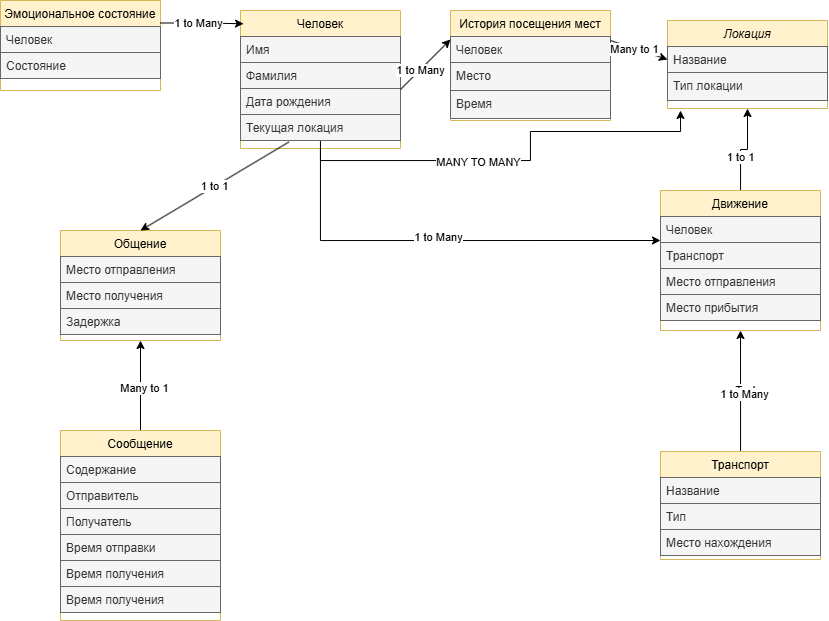
wwwyssa/wwwyssa_in_itmo keeps this draw.io diagram as db/laba1/INFOLOGICAl.png. Above is the earlier version. Source tidied: cells renumbered, new cells last; positions are measured from the earlier drawing's top-left corner, leaving out a move shared by most shapes.
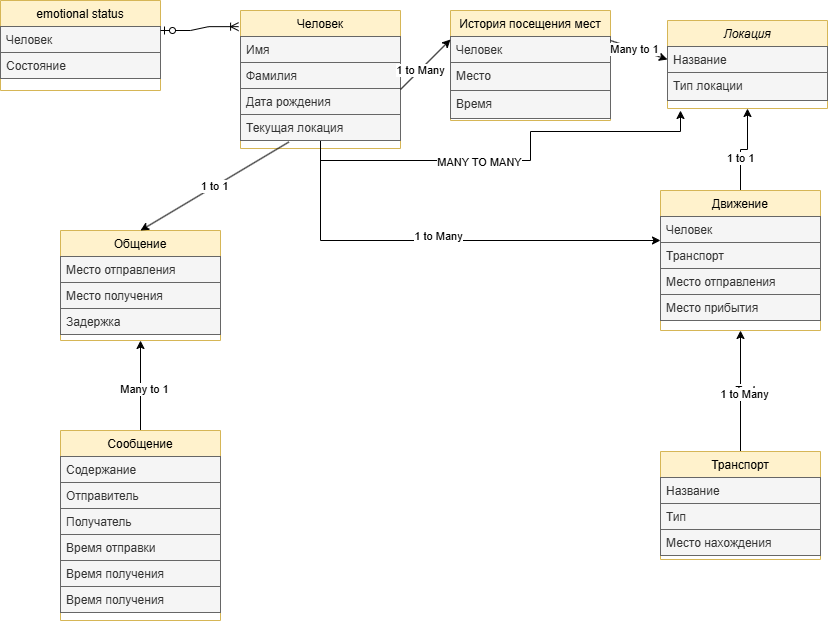
Above is the later version.

Change to the diagram source:
```diff
@@ -123,7 +123,7 @@
     <mxCell id="38" value="Место прибытия" style="text;align=left;verticalAlign=top;spacingLeft=4;spacingRight=4;overflow=hidden;fillColor=#f5f5f5;fontColor=#333333;strokeColor=#666666;" parent="34" vertex="1">
       <mxGeometry y="104" width="160" height="26" as="geometry" />
     </mxCell>
-    <mxCell id="39" value="Эмоциональное состояние" style="swimlane;fontStyle=0;align=center;verticalAlign=top;horizontal=1;startSize=26;rounded=0;shadow=0;strokeWidth=1;fillColor=#fff2cc;strokeColor=#d6b656;" parent="1" vertex="1">
+    <mxCell id="39" value="emotional status" style="swimlane;fontStyle=0;align=center;verticalAlign=top;horizontal=1;startSize=26;rounded=0;shadow=0;strokeWidth=1;fillColor=#fff2cc;strokeColor=#d6b656;" parent="1" vertex="1">
       <mxGeometry width="160" height="90" as="geometry" />
     </mxCell>
     <mxCell id="40" value="Человек" style="text;align=left;verticalAlign=top;spacingLeft=4;spacingRight=4;overflow=hidden;fillColor=#f5f5f5;fontColor=#333333;strokeColor=#666666;" parent="39" vertex="1">
@@ -157,15 +157,6 @@
     <mxCell id="48" value="Many to 1" style="edgeLabel;html=1;align=center;verticalAlign=middle;" parent="47" vertex="1">
       <mxGeometry x="-0.16" y="-1" relative="1" as="geometry" />
     </mxCell>
-    <mxCell id="49" style="edgeStyle=orthogonalEdgeStyle;rounded=0;jettySize=auto;html=1;exitX=1;exitY=0.25;exitDx=0;exitDy=0;entryX=0.019;entryY=0.096;entryDx=0;entryDy=0;entryPerimeter=0;" parent="1" edge="1" source="39" target="18">
-      <mxGeometry relative="1" as="geometry" />
-    </mxCell>
-    <mxCell id="50" value="Text" style="edgeLabel;html=1;align=center;verticalAlign=middle;" parent="49" vertex="1">
-      <mxGeometry x="-0.12" y="2" relative="1" as="geometry" />
-    </mxCell>
-    <mxCell id="51" value="1 to Many" style="edgeLabel;html=1;align=center;verticalAlign=middle;" parent="49" vertex="1">
-      <mxGeometry x="-0.09" relative="1" as="geometry" />
-    </mxCell>
     <mxCell id="52" style="endArrow=classic;html=1;rounded=0;" parent="1" edge="1">
       <mxGeometry relative="1" as="geometry">
         <mxPoint x="400" y="89" as="sourcePoint" />
@@ -181,5 +172,10 @@
     <mxCell id="55" value="1 to Many" style="edgeLabel;html=1;align=center;verticalAlign=middle;" parent="54" vertex="1">
       <mxGeometry x="-0.03" y="4" relative="1" as="geometry" />
     </mxCell>
+    <mxCell id="56" style="edgeStyle=entityRelationEdgeStyle;fontSize=12;html=1;endArrow=ERoneToMany;startArrow=ERzeroToOne;rounded=0;entryX=-0.012;entryY=0.117;entryDx=0;entryDy=0;entryPerimeter=0;" parent="1" edge="1" target="18">
+      <mxGeometry relative="1" as="geometry">
+        <mxPoint x="160" y="30" as="sourcePoint" />
+      </mxGeometry>
+    </mxCell>
   </root>
 </mxGraphModel>
```
